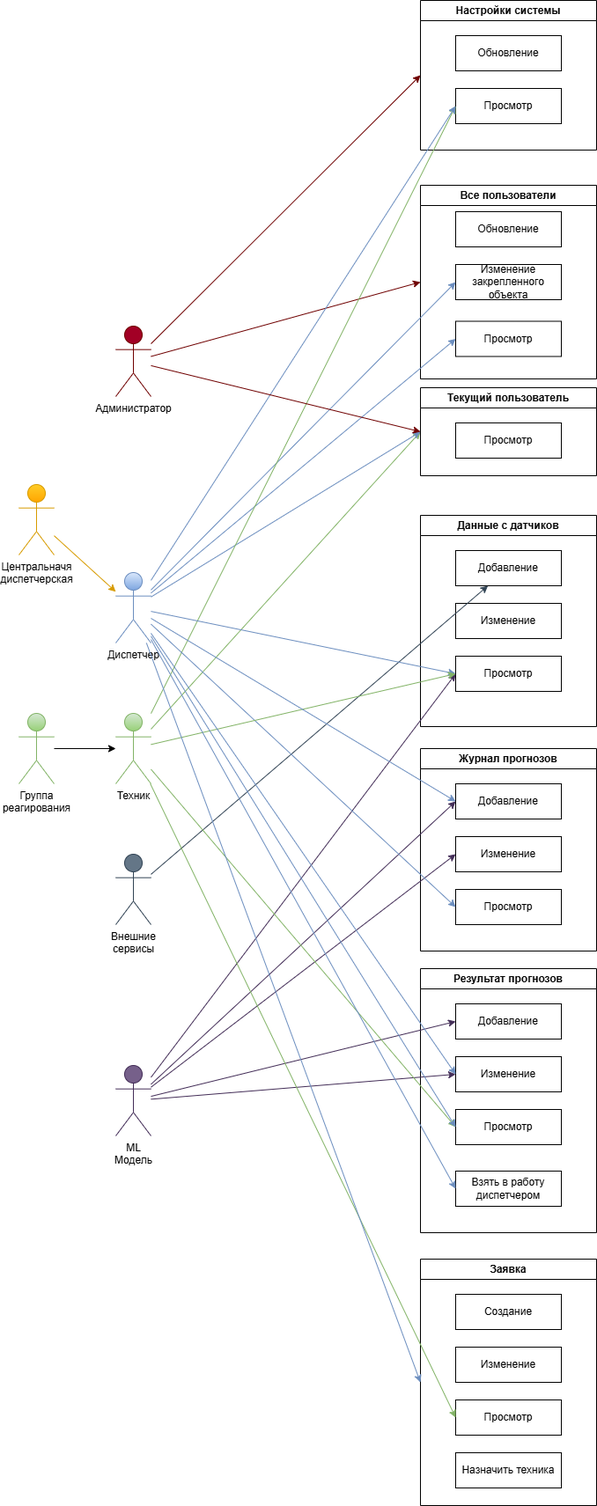
Above: docs/diagram/Roles.drawio.png in sa100h/lct (draw.io), before the change. Source tidied: cells renumbered, new cells last; positions are measured from the earlier drawing's top-left corner, leaving out a move shared by most shapes. The source it was exported from:
```xml
<mxGraphModel>
  <root>
    <mxCell id="0" />
    <mxCell id="1" parent="0" />
    <mxCell id="2" value="Все пользователи" style="swimlane;whiteSpace=wrap;html=1;fontColor=#000000;" parent="1" vertex="1">
      <mxGeometry x="456" y="210" width="200" height="220" as="geometry" />
    </mxCell>
    <mxCell id="3" value="Обновление" style="rounded=0;whiteSpace=wrap;html=1;fontColor=#000000;" parent="2" vertex="1">
      <mxGeometry x="40" y="30" width="120" height="40" as="geometry" />
    </mxCell>
    <mxCell id="4" value="Изменение закрепленного объекта" style="rounded=0;whiteSpace=wrap;html=1;fontColor=#000000;" parent="2" vertex="1">
      <mxGeometry x="40" y="90" width="120" height="40" as="geometry" />
    </mxCell>
    <mxCell id="5" value="Просмотр" style="rounded=0;whiteSpace=wrap;html=1;fontColor=#000000;" parent="2" vertex="1">
      <mxGeometry x="40" y="154.5" width="120" height="40" as="geometry" />
    </mxCell>
    <mxCell id="6" value="&lt;span style=&quot;text-wrap-mode: wrap;&quot;&gt;Администратор&lt;/span&gt;" style="shape=umlActor;verticalLabelPosition=bottom;verticalAlign=top;html=1;outlineConnect=0;fillColor=#a20025;fontColor=#000000;strokeColor=#6F0000;" parent="1" vertex="1">
      <mxGeometry x="110" y="370" width="40" height="80" as="geometry" />
    </mxCell>
    <mxCell id="7" value="&lt;span style=&quot;text-wrap-mode: wrap;&quot;&gt;Техник&lt;/span&gt;" style="shape=umlActor;verticalLabelPosition=bottom;verticalAlign=top;html=1;outlineConnect=0;fillColor=#d5e8d4;gradientColor=#97d077;strokeColor=#82b366;fontColor=#000000;" parent="1" vertex="1">
      <mxGeometry x="110" y="810" width="40" height="80" as="geometry" />
    </mxCell>
    <mxCell id="8" value="&lt;span style=&quot;text-wrap-mode: wrap;&quot;&gt;Центральначя диспетчерская&lt;/span&gt;" style="shape=umlActor;verticalLabelPosition=bottom;verticalAlign=top;html=1;outlineConnect=0;fillColor=#ffcd28;gradientColor=#ffa500;strokeColor=#d79b00;fontColor=#000000;" parent="1" vertex="1">
      <mxGeometry y="550" width="40" height="80" as="geometry" />
    </mxCell>
    <mxCell id="9" value="&lt;span style=&quot;text-wrap-mode: wrap;&quot;&gt;Диспетчер&lt;/span&gt;" style="shape=umlActor;verticalLabelPosition=bottom;verticalAlign=top;html=1;outlineConnect=0;fillColor=#dae8fc;gradientColor=#7ea6e0;strokeColor=#6c8ebf;fontColor=#000000;" parent="1" vertex="1">
      <mxGeometry x="110" y="650" width="40" height="80" as="geometry" />
    </mxCell>
    <mxCell id="10" style="edgeStyle=orthogonalEdgeStyle;rounded=0;jettySize=auto;html=1;fontColor=#000000;" parent="1" edge="1" source="11" target="7">
      <mxGeometry relative="1" as="geometry" />
    </mxCell>
    <mxCell id="11" value="&lt;span style=&quot;text-wrap-mode: wrap;&quot;&gt;Группа реагирования&lt;/span&gt;" style="shape=umlActor;verticalLabelPosition=bottom;verticalAlign=top;html=1;outlineConnect=0;fillColor=#d5e8d4;gradientColor=#97d077;strokeColor=#82b366;fontColor=#000000;" parent="1" vertex="1">
      <mxGeometry y="810" width="40" height="80" as="geometry" />
    </mxCell>
    <mxCell id="12" value="&lt;span style=&quot;text-wrap-mode: wrap;&quot;&gt;Внешние сервисы&lt;/span&gt;" style="shape=umlActor;verticalLabelPosition=bottom;verticalAlign=top;html=1;outlineConnect=0;fillColor=#647687;fontColor=#000000;strokeColor=#314354;" parent="1" vertex="1">
      <mxGeometry x="110" y="970" width="40" height="80" as="geometry" />
    </mxCell>
    <mxCell id="13" style="endArrow=classic;html=1;rounded=0;entryX=0;entryY=0.5;entryDx=0;entryDy=0;fillColor=#a20025;strokeColor=#6F0000;fontColor=#000000;" parent="1" edge="1" source="6" target="2">
      <mxGeometry relative="1" as="geometry" />
    </mxCell>
    <mxCell id="14" style="endArrow=classic;html=1;rounded=0;entryX=0;entryY=0.5;entryDx=0;entryDy=0;fillColor=#dae8fc;gradientColor=#7ea6e0;strokeColor=#6c8ebf;fontColor=#000000;" parent="1" edge="1" source="9" target="5">
      <mxGeometry relative="1" as="geometry" />
    </mxCell>
    <mxCell id="15" style="endArrow=classic;html=1;rounded=0;entryX=0;entryY=0.5;entryDx=0;entryDy=0;fillColor=#dae8fc;gradientColor=#7ea6e0;strokeColor=#6c8ebf;fontColor=#000000;" parent="1" edge="1" source="9" target="4">
      <mxGeometry relative="1" as="geometry" />
    </mxCell>
    <mxCell id="16" style="endArrow=classic;html=1;rounded=0;entryX=0;entryY=0.5;entryDx=0;entryDy=0;fillColor=#d5e8d4;gradientColor=#97d077;strokeColor=#82b366;fontColor=#000000;" parent="1" edge="1" source="7" target="17">
      <mxGeometry relative="1" as="geometry" />
    </mxCell>
    <mxCell id="17" value="Текущий пользователь" style="swimlane;whiteSpace=wrap;html=1;fontColor=#000000;" parent="1" vertex="1">
      <mxGeometry x="456" y="440" width="200" height="100" as="geometry" />
    </mxCell>
    <mxCell id="18" value="Просмотр" style="rounded=0;whiteSpace=wrap;html=1;fontColor=#000000;" parent="17" vertex="1">
      <mxGeometry x="40" y="40" width="120" height="40" as="geometry" />
    </mxCell>
    <mxCell id="19" style="endArrow=classic;html=1;rounded=0;fillColor=#dae8fc;gradientColor=#7ea6e0;strokeColor=#6c8ebf;entryX=0;entryY=0.5;entryDx=0;entryDy=0;fontColor=#000000;" parent="1" edge="1" source="9" target="17">
      <mxGeometry relative="1" as="geometry" />
    </mxCell>
    <mxCell id="20" value="Данные с датчиков" style="swimlane;whiteSpace=wrap;html=1;fontColor=#000000;" parent="1" vertex="1">
      <mxGeometry x="456" y="585" width="200" height="240" as="geometry" />
    </mxCell>
    <mxCell id="21" value="Добавление" style="rounded=0;whiteSpace=wrap;html=1;fontColor=#000000;" parent="20" vertex="1">
      <mxGeometry x="40" y="40" width="120" height="40" as="geometry" />
    </mxCell>
    <mxCell id="22" value="Просмотр" style="rounded=0;whiteSpace=wrap;html=1;fontColor=#000000;" parent="20" vertex="1">
      <mxGeometry x="40" y="160" width="120" height="40" as="geometry" />
    </mxCell>
    <mxCell id="23" value="Изменение" style="rounded=0;whiteSpace=wrap;html=1;fontColor=#000000;" parent="20" vertex="1">
      <mxGeometry x="40" y="100" width="120" height="40" as="geometry" />
    </mxCell>
    <mxCell id="24" value="Настройки системы" style="swimlane;whiteSpace=wrap;html=1;fontColor=#000000;" parent="1" vertex="1">
      <mxGeometry x="456" width="200" height="170" as="geometry" />
    </mxCell>
    <mxCell id="25" value="Обновление" style="rounded=0;whiteSpace=wrap;html=1;fontColor=#000000;" parent="24" vertex="1">
      <mxGeometry x="40" y="40" width="120" height="40" as="geometry" />
    </mxCell>
    <mxCell id="26" value="Просмотр" style="rounded=0;whiteSpace=wrap;html=1;fontColor=#000000;" parent="24" vertex="1">
      <mxGeometry x="40" y="100" width="120" height="40" as="geometry" />
    </mxCell>
    <mxCell id="27" style="endArrow=classic;html=1;rounded=0;entryX=0;entryY=0.5;entryDx=0;entryDy=0;fillColor=#a20025;strokeColor=#6F0000;fontColor=#000000;" parent="1" edge="1" source="6" target="24">
      <mxGeometry relative="1" as="geometry" />
    </mxCell>
    <mxCell id="28" style="endArrow=classic;html=1;rounded=0;entryX=0;entryY=0.5;entryDx=0;entryDy=0;fillColor=#d5e8d4;gradientColor=#97d077;strokeColor=#82b366;fontColor=#000000;" parent="1" edge="1" source="7" target="26">
      <mxGeometry relative="1" as="geometry" />
    </mxCell>
    <mxCell id="29" style="endArrow=classic;html=1;rounded=0;fillColor=#dae8fc;gradientColor=#7ea6e0;strokeColor=#6c8ebf;entryX=0;entryY=0.5;entryDx=0;entryDy=0;fontColor=#000000;" parent="1" edge="1" source="9" target="26">
      <mxGeometry relative="1" as="geometry" />
    </mxCell>
    <mxCell id="30" style="endArrow=classic;html=1;rounded=0;entryX=0;entryY=0.5;entryDx=0;entryDy=0;fillColor=#a20025;strokeColor=#6F0000;jumpStyle=none;fontColor=#000000;" parent="1" edge="1" source="6" target="17">
      <mxGeometry relative="1" as="geometry" />
    </mxCell>
    <mxCell id="31" style="endArrow=classic;html=1;rounded=0;fillColor=#647687;strokeColor=#314354;fontColor=#000000;" parent="1" edge="1" source="12" target="21">
      <mxGeometry relative="1" as="geometry" />
    </mxCell>
    <mxCell id="32" style="endArrow=classic;html=1;rounded=0;fillColor=#dae8fc;gradientColor=#7ea6e0;strokeColor=#6c8ebf;entryX=0;entryY=0.5;entryDx=0;entryDy=0;fontColor=#000000;" parent="1" edge="1" source="9" target="22">
      <mxGeometry relative="1" as="geometry" />
    </mxCell>
    <mxCell id="33" value=" Журнал прогнозов" style="swimlane;whiteSpace=wrap;html=1;fontColor=#000000;" parent="1" vertex="1">
      <mxGeometry x="456" y="850" width="200" height="230" as="geometry" />
    </mxCell>
    <mxCell id="34" value="Добавление" style="rounded=0;whiteSpace=wrap;html=1;fontColor=#000000;" parent="33" vertex="1">
      <mxGeometry x="40" y="40" width="120" height="40" as="geometry" />
    </mxCell>
    <mxCell id="35" value="Просмотр" style="rounded=0;whiteSpace=wrap;html=1;fontColor=#000000;" parent="33" vertex="1">
      <mxGeometry x="40" y="160" width="120" height="40" as="geometry" />
    </mxCell>
    <mxCell id="36" value="Изменение" style="rounded=0;whiteSpace=wrap;html=1;fontColor=#000000;" parent="33" vertex="1">
      <mxGeometry x="40" y="100" width="120" height="40" as="geometry" />
    </mxCell>
    <mxCell id="37" value="&lt;span style=&quot;text-wrap-mode: wrap;&quot;&gt;ML Модель&lt;/span&gt;" style="shape=umlActor;verticalLabelPosition=bottom;verticalAlign=top;html=1;outlineConnect=0;fillColor=#76608a;fontColor=#000000;strokeColor=#432D57;" parent="1" vertex="1">
      <mxGeometry x="110" y="1210" width="40" height="80" as="geometry" />
    </mxCell>
    <mxCell id="38" style="endArrow=classic;html=1;rounded=0;fillColor=#76608a;strokeColor=#432D57;entryX=0;entryY=0.5;entryDx=0;entryDy=0;fontColor=#000000;" parent="1" edge="1" source="37" target="34">
      <mxGeometry relative="1" as="geometry" />
    </mxCell>
    <mxCell id="39" style="endArrow=classic;html=1;rounded=0;fillColor=#76608a;strokeColor=#432D57;entryX=0;entryY=0.5;entryDx=0;entryDy=0;fontColor=#000000;" parent="1" edge="1" source="37" target="22">
      <mxGeometry relative="1" as="geometry" />
    </mxCell>
    <mxCell id="40" style="endArrow=classic;html=1;rounded=0;fillColor=#76608a;strokeColor=#432D57;entryX=0;entryY=0.5;entryDx=0;entryDy=0;fontColor=#000000;" parent="1" edge="1" source="37" target="36">
      <mxGeometry relative="1" as="geometry" />
    </mxCell>
    <mxCell id="41" style="endArrow=classic;html=1;rounded=0;fillColor=#dae8fc;gradientColor=#7ea6e0;strokeColor=#6c8ebf;entryX=0;entryY=0.5;entryDx=0;entryDy=0;fontColor=#000000;" parent="1" edge="1" source="9" target="35">
      <mxGeometry relative="1" as="geometry" />
    </mxCell>
    <mxCell id="42" style="endArrow=classic;html=1;rounded=0;entryX=0;entryY=0.5;entryDx=0;entryDy=0;fillColor=#d5e8d4;gradientColor=#97d077;strokeColor=#82b366;fontColor=#000000;" parent="1" edge="1" source="7" target="22">
      <mxGeometry relative="1" as="geometry" />
    </mxCell>
    <mxCell id="43" style="endArrow=classic;html=1;rounded=0;fillColor=#ffcd28;gradientColor=#ffa500;strokeColor=#d79b00;fontColor=#000000;" parent="1" edge="1" source="8" target="9">
      <mxGeometry relative="1" as="geometry" />
    </mxCell>
    <mxCell id="44" value="Результат прогнозов" style="swimlane;whiteSpace=wrap;html=1;fontColor=#000000;" parent="1" vertex="1">
      <mxGeometry x="456" y="1100" width="200" height="300" as="geometry" />
    </mxCell>
    <mxCell id="45" value="Добавление" style="rounded=0;whiteSpace=wrap;html=1;fontColor=#000000;" parent="44" vertex="1">
      <mxGeometry x="40" y="40" width="120" height="40" as="geometry" />
    </mxCell>
    <mxCell id="46" value="Просмотр" style="rounded=0;whiteSpace=wrap;html=1;fontColor=#000000;" parent="44" vertex="1">
      <mxGeometry x="40" y="160" width="120" height="40" as="geometry" />
    </mxCell>
    <mxCell id="47" value="Изменение" style="rounded=0;whiteSpace=wrap;html=1;fontColor=#000000;" parent="44" vertex="1">
      <mxGeometry x="40" y="100" width="120" height="40" as="geometry" />
    </mxCell>
    <mxCell id="48" value="Взять в работу диспетчером" style="rounded=0;whiteSpace=wrap;html=1;fontColor=#000000;" parent="44" vertex="1">
      <mxGeometry x="40" y="230" width="120" height="40" as="geometry" />
    </mxCell>
    <mxCell id="49" style="endArrow=classic;html=1;rounded=0;fillColor=#dae8fc;gradientColor=#7ea6e0;strokeColor=#6c8ebf;entryX=0;entryY=0.5;entryDx=0;entryDy=0;fontColor=#000000;" parent="1" edge="1" source="9" target="34">
      <mxGeometry relative="1" as="geometry" />
    </mxCell>
    <mxCell id="50" style="endArrow=classic;html=1;rounded=0;fillColor=#76608a;strokeColor=#432D57;entryX=0;entryY=0.5;entryDx=0;entryDy=0;fontColor=#000000;" parent="1" edge="1" source="37" target="45">
      <mxGeometry relative="1" as="geometry" />
    </mxCell>
    <mxCell id="51" style="endArrow=classic;html=1;rounded=0;fillColor=#76608a;strokeColor=#432D57;entryX=0;entryY=0.5;entryDx=0;entryDy=0;fontColor=#000000;" parent="1" edge="1" source="37" target="47">
      <mxGeometry relative="1" as="geometry" />
    </mxCell>
    <mxCell id="52" style="endArrow=classic;html=1;rounded=0;entryX=0;entryY=0.5;entryDx=0;entryDy=0;fillColor=#d5e8d4;gradientColor=#97d077;strokeColor=#82b366;fontColor=#000000;" parent="1" edge="1" source="7" target="46">
      <mxGeometry relative="1" as="geometry" />
    </mxCell>
    <mxCell id="53" style="endArrow=classic;html=1;rounded=0;fillColor=#dae8fc;gradientColor=#7ea6e0;strokeColor=#6c8ebf;entryX=0;entryY=0.5;entryDx=0;entryDy=0;fontColor=#000000;" parent="1" edge="1" source="9" target="46">
      <mxGeometry relative="1" as="geometry" />
    </mxCell>
    <mxCell id="54" style="endArrow=classic;html=1;rounded=0;fillColor=#dae8fc;gradientColor=#7ea6e0;strokeColor=#6c8ebf;entryX=0;entryY=0.5;entryDx=0;entryDy=0;fontColor=#000000;" parent="1" edge="1" source="9" target="48">
      <mxGeometry relative="1" as="geometry" />
    </mxCell>
    <mxCell id="55" style="endArrow=classic;html=1;rounded=0;fillColor=#dae8fc;gradientColor=#7ea6e0;strokeColor=#6c8ebf;entryX=0;entryY=0.5;entryDx=0;entryDy=0;fontColor=#000000;" parent="1" edge="1" source="9" target="47">
      <mxGeometry relative="1" as="geometry" />
    </mxCell>
    <mxCell id="56" value="Заявка" style="swimlane;whiteSpace=wrap;html=1;fontColor=#000000;" parent="1" vertex="1">
      <mxGeometry x="456" y="1430" width="200" height="280" as="geometry" />
    </mxCell>
    <mxCell id="57" value="Создание" style="rounded=0;whiteSpace=wrap;html=1;fontColor=#000000;" parent="56" vertex="1">
      <mxGeometry x="40" y="40" width="120" height="40" as="geometry" />
    </mxCell>
    <mxCell id="58" value="Просмотр" style="rounded=0;whiteSpace=wrap;html=1;fontColor=#000000;" parent="56" vertex="1">
      <mxGeometry x="40" y="160" width="120" height="40" as="geometry" />
    </mxCell>
    <mxCell id="59" value="Изменение" style="rounded=0;whiteSpace=wrap;html=1;fontColor=#000000;" parent="56" vertex="1">
      <mxGeometry x="40" y="100" width="120" height="40" as="geometry" />
    </mxCell>
    <mxCell id="60" value="Назначить техника" style="rounded=0;whiteSpace=wrap;html=1;fontColor=#000000;" parent="56" vertex="1">
      <mxGeometry x="40" y="220" width="120" height="40" as="geometry" />
    </mxCell>
    <mxCell id="61" style="endArrow=classic;html=1;rounded=0;entryX=0;entryY=0.5;entryDx=0;entryDy=0;fillColor=#d5e8d4;gradientColor=#97d077;strokeColor=#82b366;fontColor=#000000;" parent="1" edge="1" source="7" target="58">
      <mxGeometry relative="1" as="geometry" />
    </mxCell>
    <mxCell id="62" style="endArrow=classic;html=1;rounded=0;fillColor=#dae8fc;gradientColor=#7ea6e0;strokeColor=#6c8ebf;entryX=0;entryY=0.5;entryDx=0;entryDy=0;fontColor=#000000;" parent="1" edge="1" source="9" target="56">
      <mxGeometry relative="1" as="geometry" />
    </mxCell>
  </root>
</mxGraphModel>
```
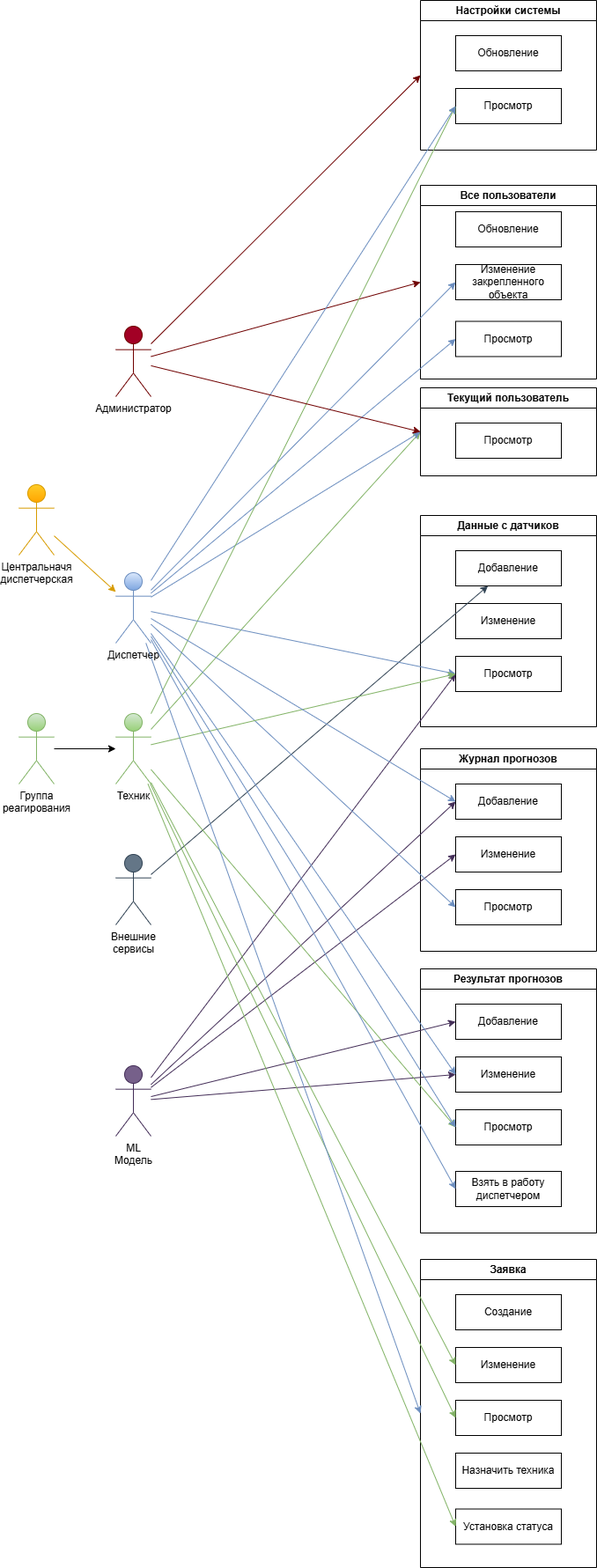
After the change.

What changed in the source:
```diff
@@ -165,7 +165,7 @@
       <mxGeometry relative="1" as="geometry" />
     </mxCell>
     <mxCell id="56" value="Заявка" style="swimlane;whiteSpace=wrap;html=1;fontColor=#000000;" parent="1" vertex="1">
-      <mxGeometry x="456" y="1430" width="200" height="280" as="geometry" />
+      <mxGeometry x="456" y="1430" width="200" height="350" as="geometry" />
     </mxCell>
     <mxCell id="57" value="Создание" style="rounded=0;whiteSpace=wrap;html=1;fontColor=#000000;" parent="56" vertex="1">
       <mxGeometry x="40" y="40" width="120" height="40" as="geometry" />
@@ -179,11 +179,20 @@
     <mxCell id="60" value="Назначить техника" style="rounded=0;whiteSpace=wrap;html=1;fontColor=#000000;" parent="56" vertex="1">
       <mxGeometry x="40" y="220" width="120" height="40" as="geometry" />
     </mxCell>
+    <mxCell id="63" value="Установка статуса" style="rounded=0;whiteSpace=wrap;html=1;fontColor=#000000;" parent="56" vertex="1">
+      <mxGeometry x="40" y="283.5" width="120" height="40" as="geometry" />
+    </mxCell>
     <mxCell id="61" style="endArrow=classic;html=1;rounded=0;entryX=0;entryY=0.5;entryDx=0;entryDy=0;fillColor=#d5e8d4;gradientColor=#97d077;strokeColor=#82b366;fontColor=#000000;" parent="1" edge="1" source="7" target="58">
       <mxGeometry relative="1" as="geometry" />
     </mxCell>
     <mxCell id="62" style="endArrow=classic;html=1;rounded=0;fillColor=#dae8fc;gradientColor=#7ea6e0;strokeColor=#6c8ebf;entryX=0;entryY=0.5;entryDx=0;entryDy=0;fontColor=#000000;" parent="1" edge="1" source="9" target="56">
       <mxGeometry relative="1" as="geometry" />
     </mxCell>
+    <mxCell id="64" style="endArrow=classic;html=1;rounded=0;entryX=0;entryY=0.5;entryDx=0;entryDy=0;fillColor=#d5e8d4;gradientColor=#97d077;strokeColor=#82b366;fontColor=#000000;" parent="1" edge="1" source="7" target="59">
+      <mxGeometry relative="1" as="geometry" />
+    </mxCell>
+    <mxCell id="65" style="endArrow=classic;html=1;rounded=0;entryX=0;entryY=0.5;entryDx=0;entryDy=0;fillColor=#d5e8d4;gradientColor=#97d077;strokeColor=#82b366;fontColor=#000000;" parent="1" edge="1" source="7" target="63">
+      <mxGeometry relative="1" as="geometry" />
+    </mxCell>
   </root>
 </mxGraphModel>
```
